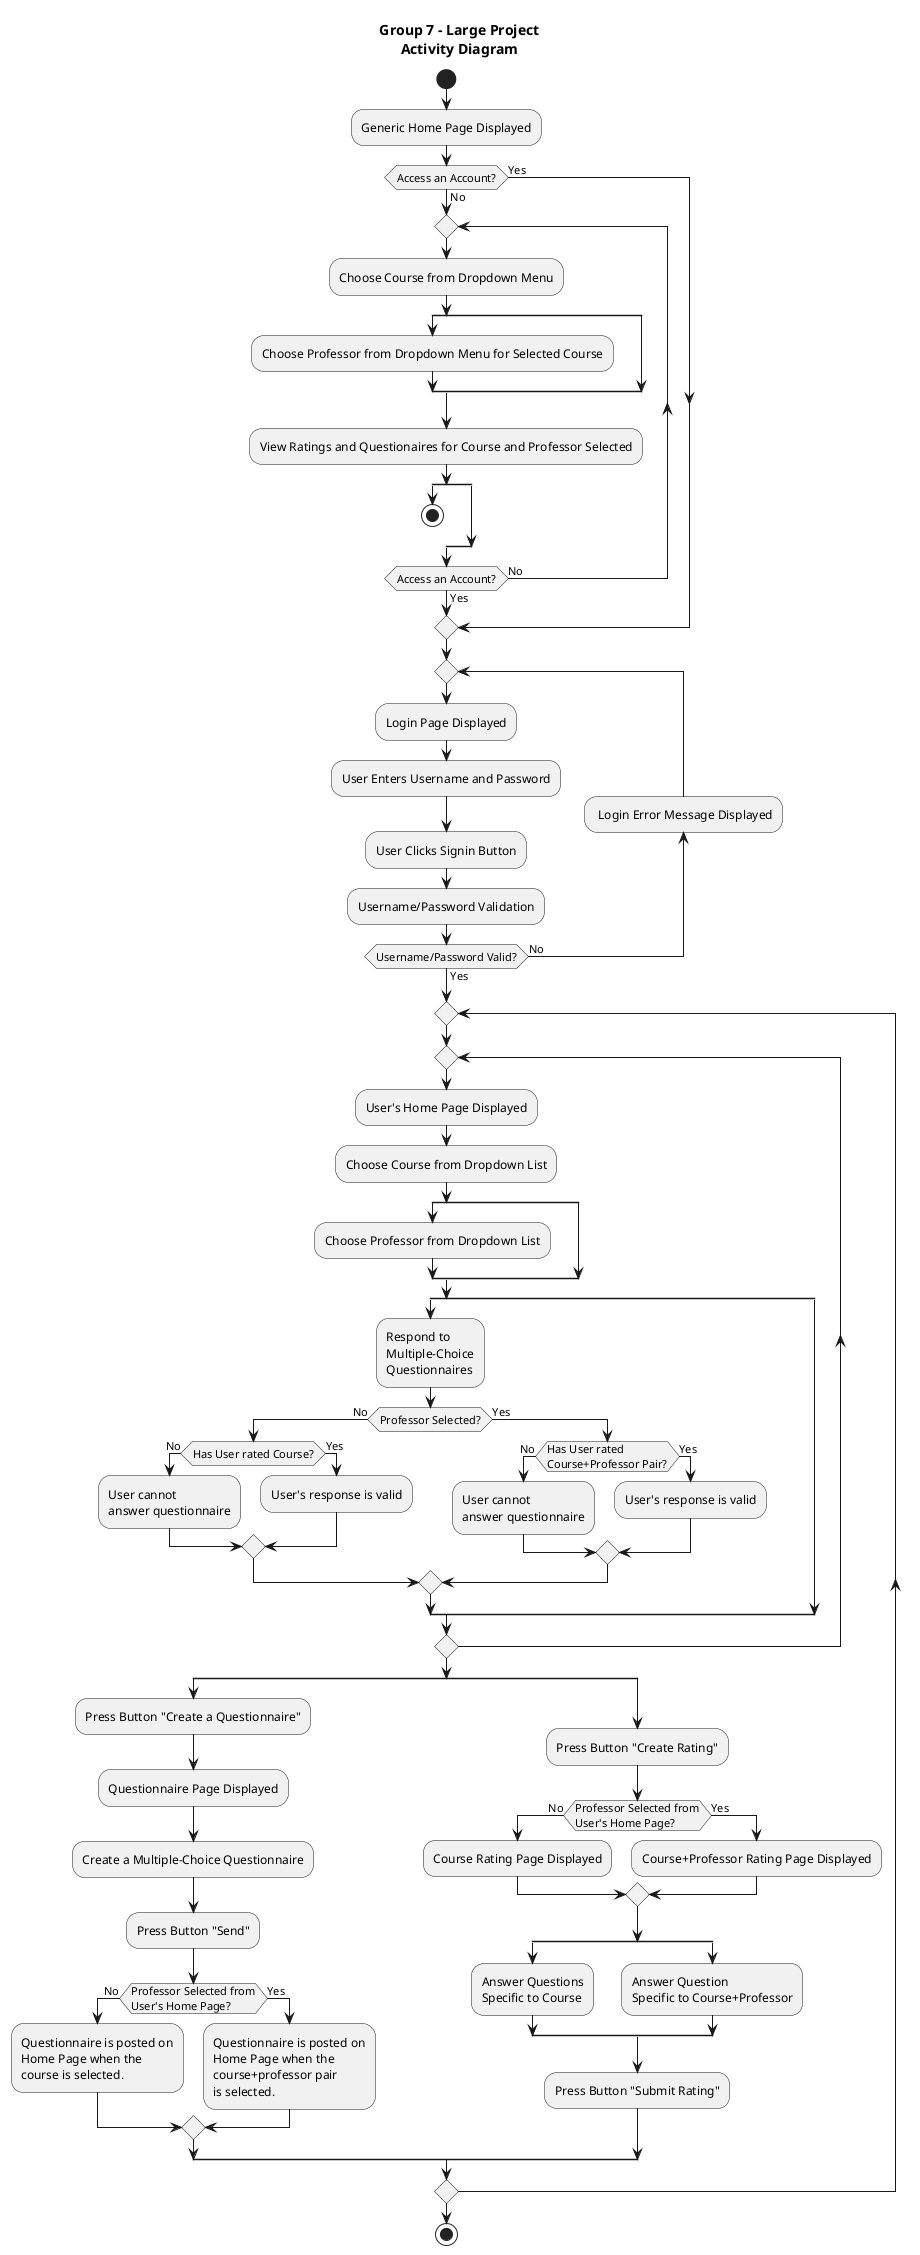
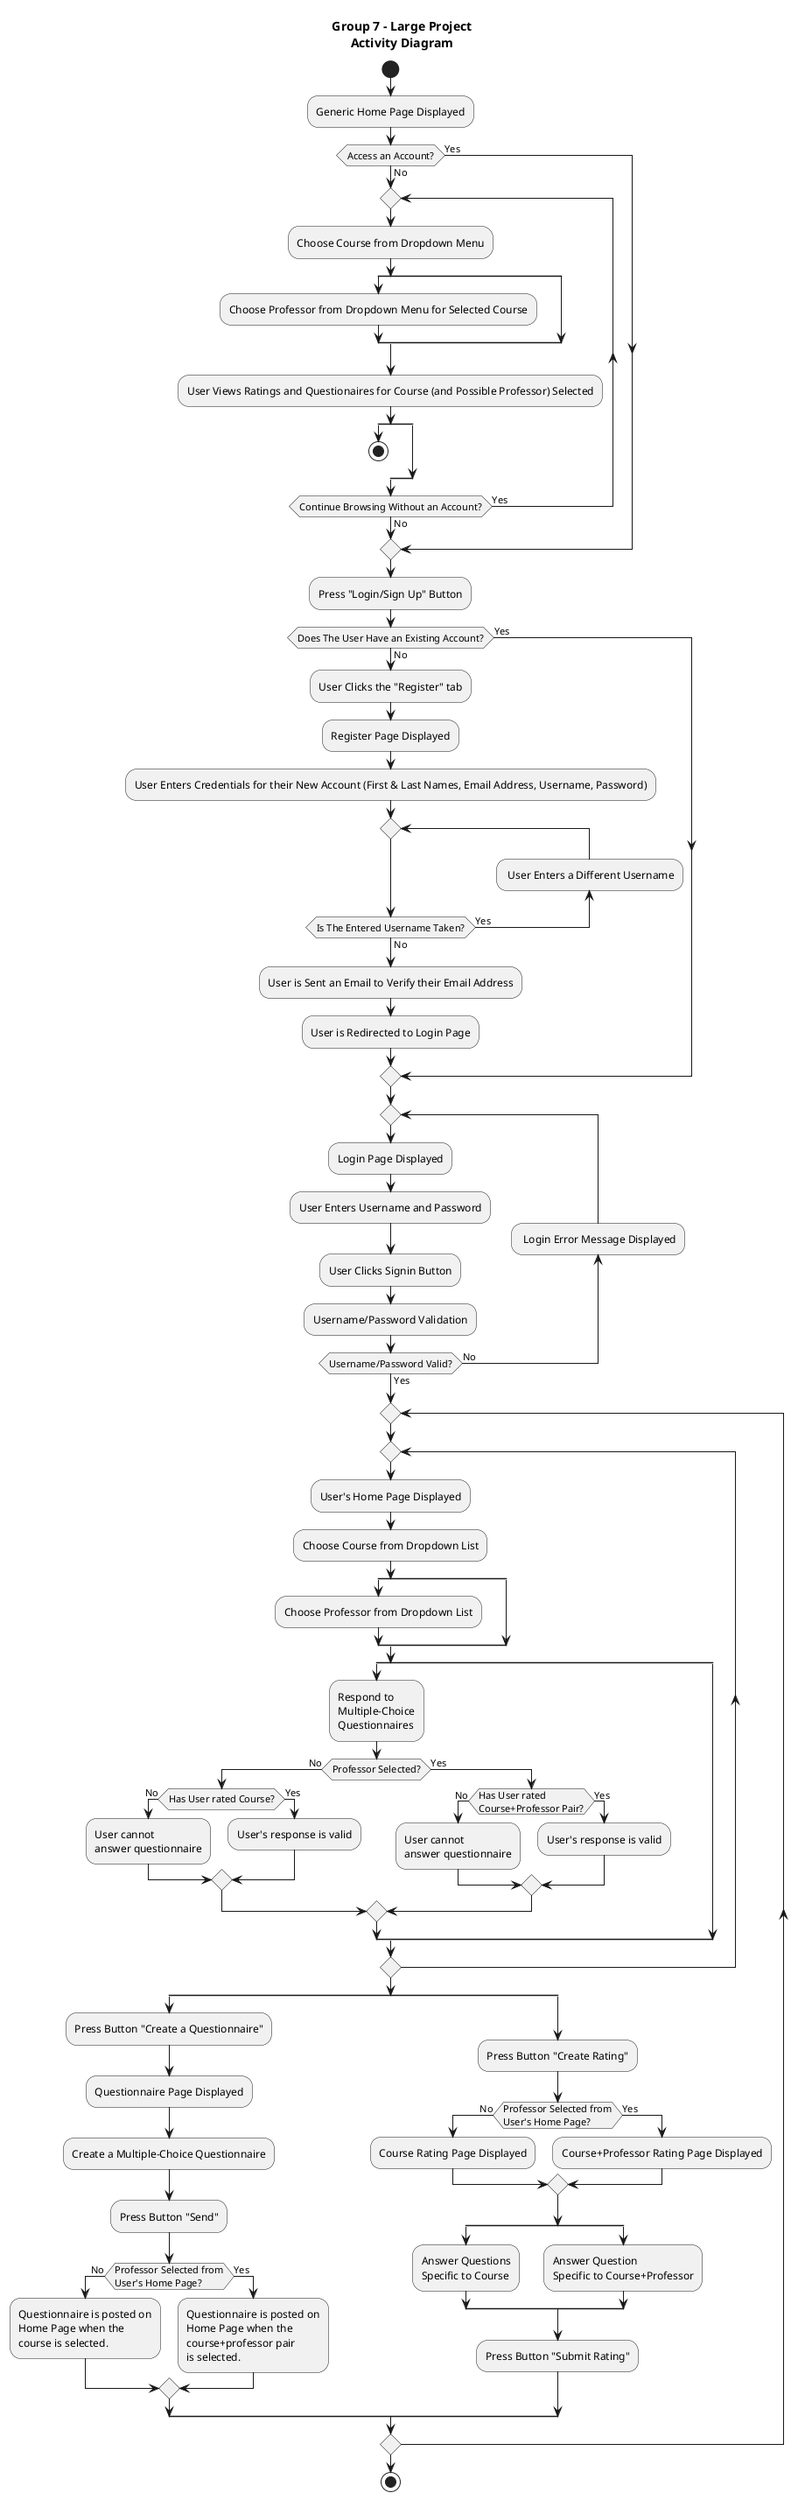
@startuml
title Group 7 - Large Project\nActivity Diagram

start

:Generic Home Page Displayed;

if (Access an Account?) then (No)

  repeat
    :Choose Course from Dropdown Menu;
    split
-     :Choose Professor from Dropdown Menu for Selected Course;
+       :Choose Professor from Dropdown Menu for Selected Course;
    split again
    end split
-     :View Ratings and Questionaires for Course and Professor Selected;
+     :User Views Ratings and Questionaires for Course (and Possible Professor) Selected;
    split
-     stop
+       stop
    split again
    end split
-   repeat while (Access an Account?) is (No)  not (Yes)
+   repeat while (Continue Browsing Without an Account?) is (Yes) not (No)

else (Yes)

endif

-   repeat
-     :Login Page Displayed;
-     :User Enters Username and Password;
-     :User Clicks Signin Button;
-     :Username/Password Validation;
-     backward: Login Error Message Displayed;
-   repeat while (Username/Password Valid?) is (No) not (Yes)
+ :Press "Login/Sign Up" Button;
+ 
+ if(Does The User Have an Existing Account?) then (No)
+   :User Clicks the "Register" tab;
+   :Register Page Displayed;
+   :User Enters Credentials for their New Account (First & Last Names, Email Address, Username, Password);

  repeat
-     repeat
-       :User's Home Page Displayed;
-       :Choose Course from Dropdown List;
-       split
-         :Choose Professor from Dropdown List;
-       split again
-       end split
-       split
-         :Respond to\nMultiple-Choice\nQuestionnaires;
-         if (Professor Selected?) is (No) then
-           if(Has User rated Course?) is (No) then
-             :User cannot\nanswer questionnaire;
-           else (Yes)
-             :User's response is valid;
-           endif
+ 
+     backward: User Enters a Different Username;
+ 
+   repeat while (Is The Entered Username Taken?) is (Yes) not (No)
+ 
+   :User is Sent an Email to Verify their Email Address;
+   :User is Redirected to Login Page;
+ 
+ else (Yes)
+ 
+ endif
+ 
+ repeat
+   :Login Page Displayed;
+   :User Enters Username and Password;
+   :User Clicks Signin Button;
+   :Username/Password Validation;
+   backward: Login Error Message Displayed;
+ repeat while (Username/Password Valid?) is (No) not (Yes)
+ 
+ repeat
+   repeat
+     :User's Home Page Displayed;
+     :Choose Course from Dropdown List;
+     split
+       :Choose Professor from Dropdown List;
+     split again
+     end split
+     split
+       :Respond to\nMultiple-Choice\nQuestionnaires;
+       if (Professor Selected?) is (No) then
+         if(Has User rated Course?) is (No) then
+           :User cannot\nanswer questionnaire;
        else (Yes)
-           if (Has User rated\nCourse+Professor Pair?) is (No) then
-             :User cannot\nanswer questionnaire;
-           else (Yes)
-             :User's response is valid;
-           endif
+           :User's response is valid;
        endif
-       split again
-       end split
-     repeat while ()
-     split
-       :Press Button "Create a Questionnaire";
-       :Questionnaire Page Displayed;
-       :Create a Multiple-Choice Questionnaire;
-       :Press Button "Send";
- 
-       if (Professor Selected from\nUser's Home Page?) is (No) then
-         :Questionnaire is posted on
-         Home Page when the
-         course is selected.;
      else (Yes)
-         :Questionnaire is posted on
-         Home Page when the
-         course+professor pair
-         is selected.;
+         if (Has User rated\nCourse+Professor Pair?) is (No) then
+           :User cannot\nanswer questionnaire;
+         else (Yes)
+           :User's response is valid;
+         endif
      endif
    split again
-       :Press Button "Create Rating";
-       if (Professor Selected from\nUser's Home Page?) is (No) then
-         :Course Rating Page Displayed;
-       else (Yes)
-         :Course+Professor Rating Page Displayed;
-       endif
- 
-       split
-         :Answer Questions\nSpecific to Course;
-       split again
-         :Answer Question\nSpecific to Course+Professor;
-       end split
-       :Press Button "Submit Rating";
    end split
  repeat while ()
+   split
+     :Press Button "Create a Questionnaire";
+     :Questionnaire Page Displayed;
+     :Create a Multiple-Choice Questionnaire;
+     :Press Button "Send";

-   stop
+     if (Professor Selected from\nUser's Home Page?) is (No) then
+       :Questionnaire is posted on
+       Home Page when the
+       course is selected.;
+     else (Yes)
+       :Questionnaire is posted on
+       Home Page when the
+       course+professor pair
+       is selected.;
+     endif
+   split again
+     :Press Button "Create Rating";
+     if (Professor Selected from\nUser's Home Page?) is (No) then
+       :Course Rating Page Displayed;
+     else (Yes)
+       :Course+Professor Rating Page Displayed;
+     endif

-   @enduml+     split
+       :Answer Questions\nSpecific to Course;
+     split again
+       :Answer Question\nSpecific to Course+Professor;
+     end split
+     :Press Button "Submit Rating";
+   end split
+ repeat while ()
+ 
+ stop
+ 
+ @enduml